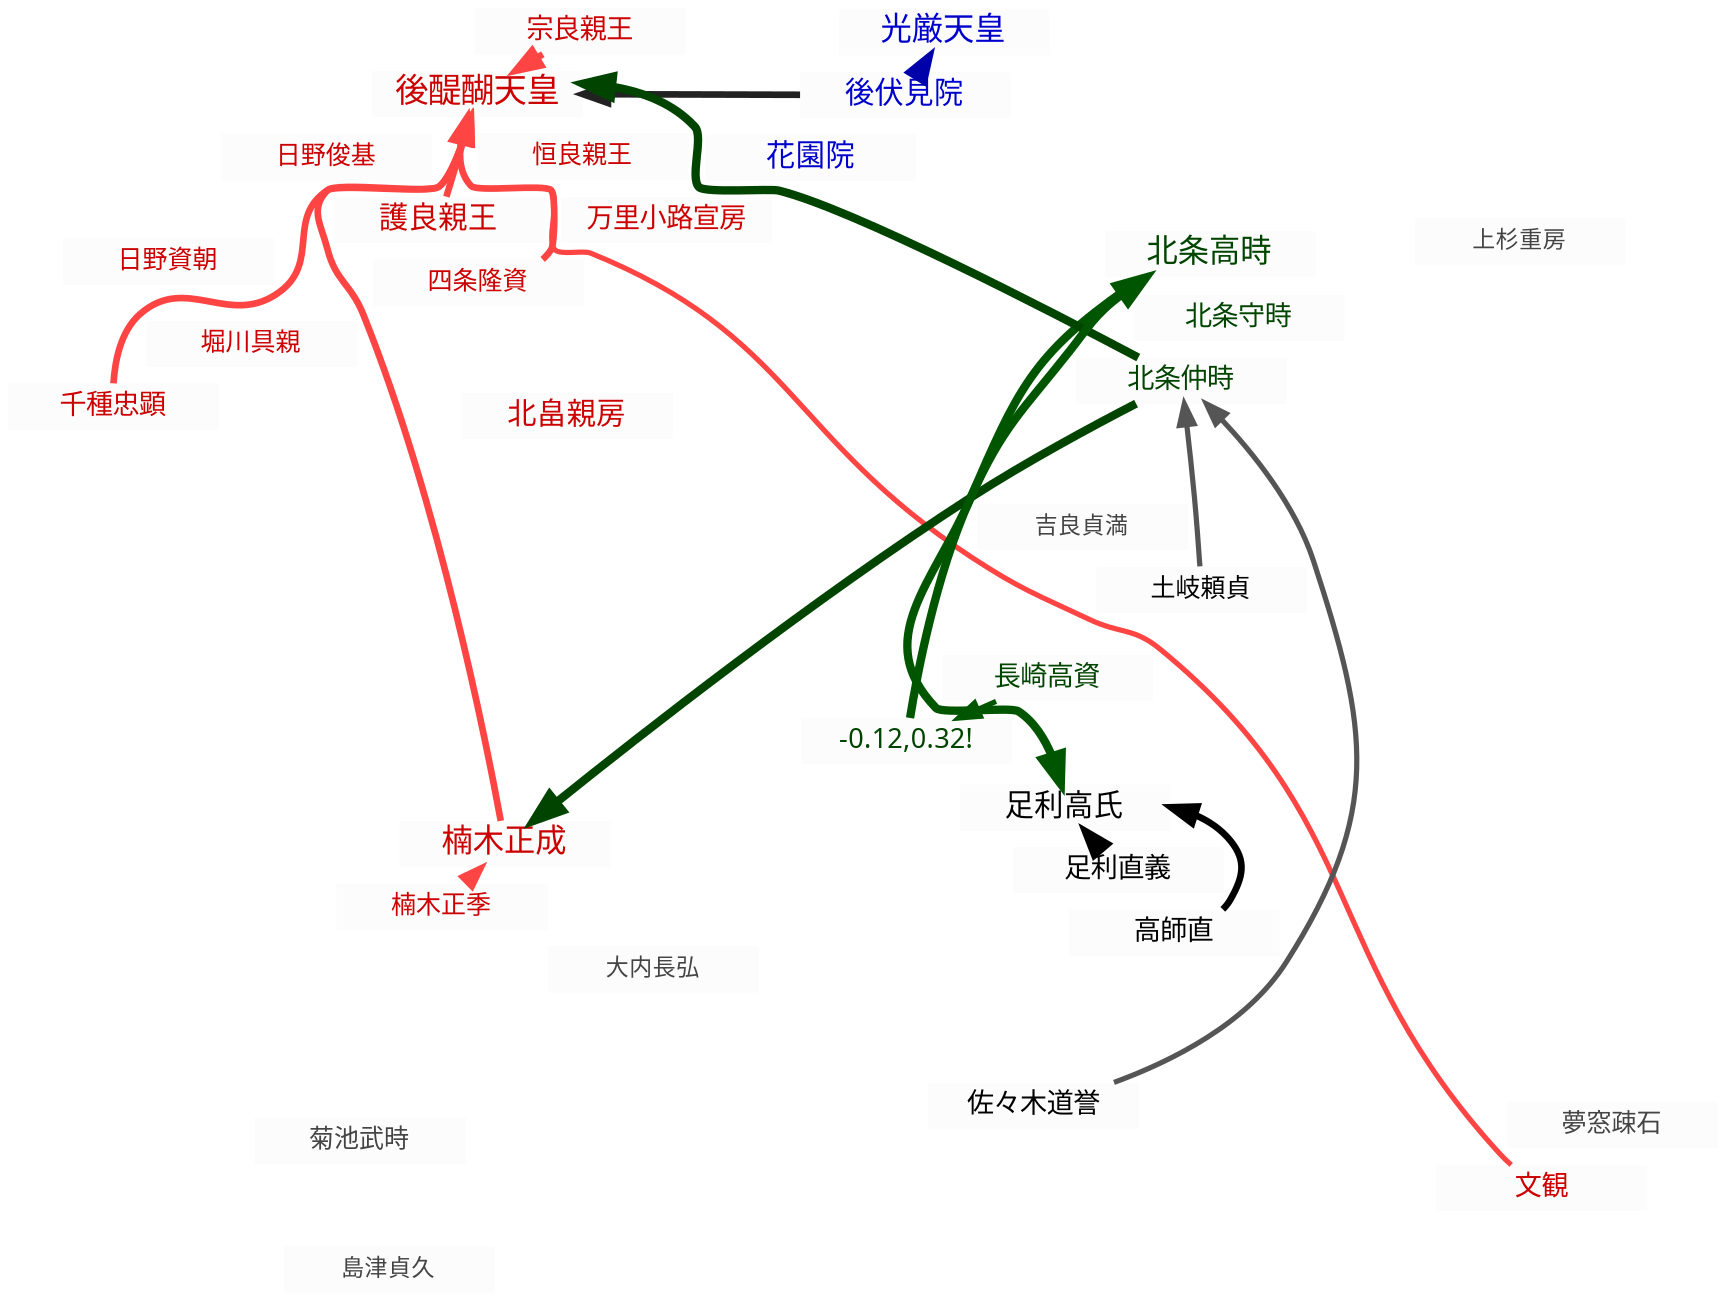
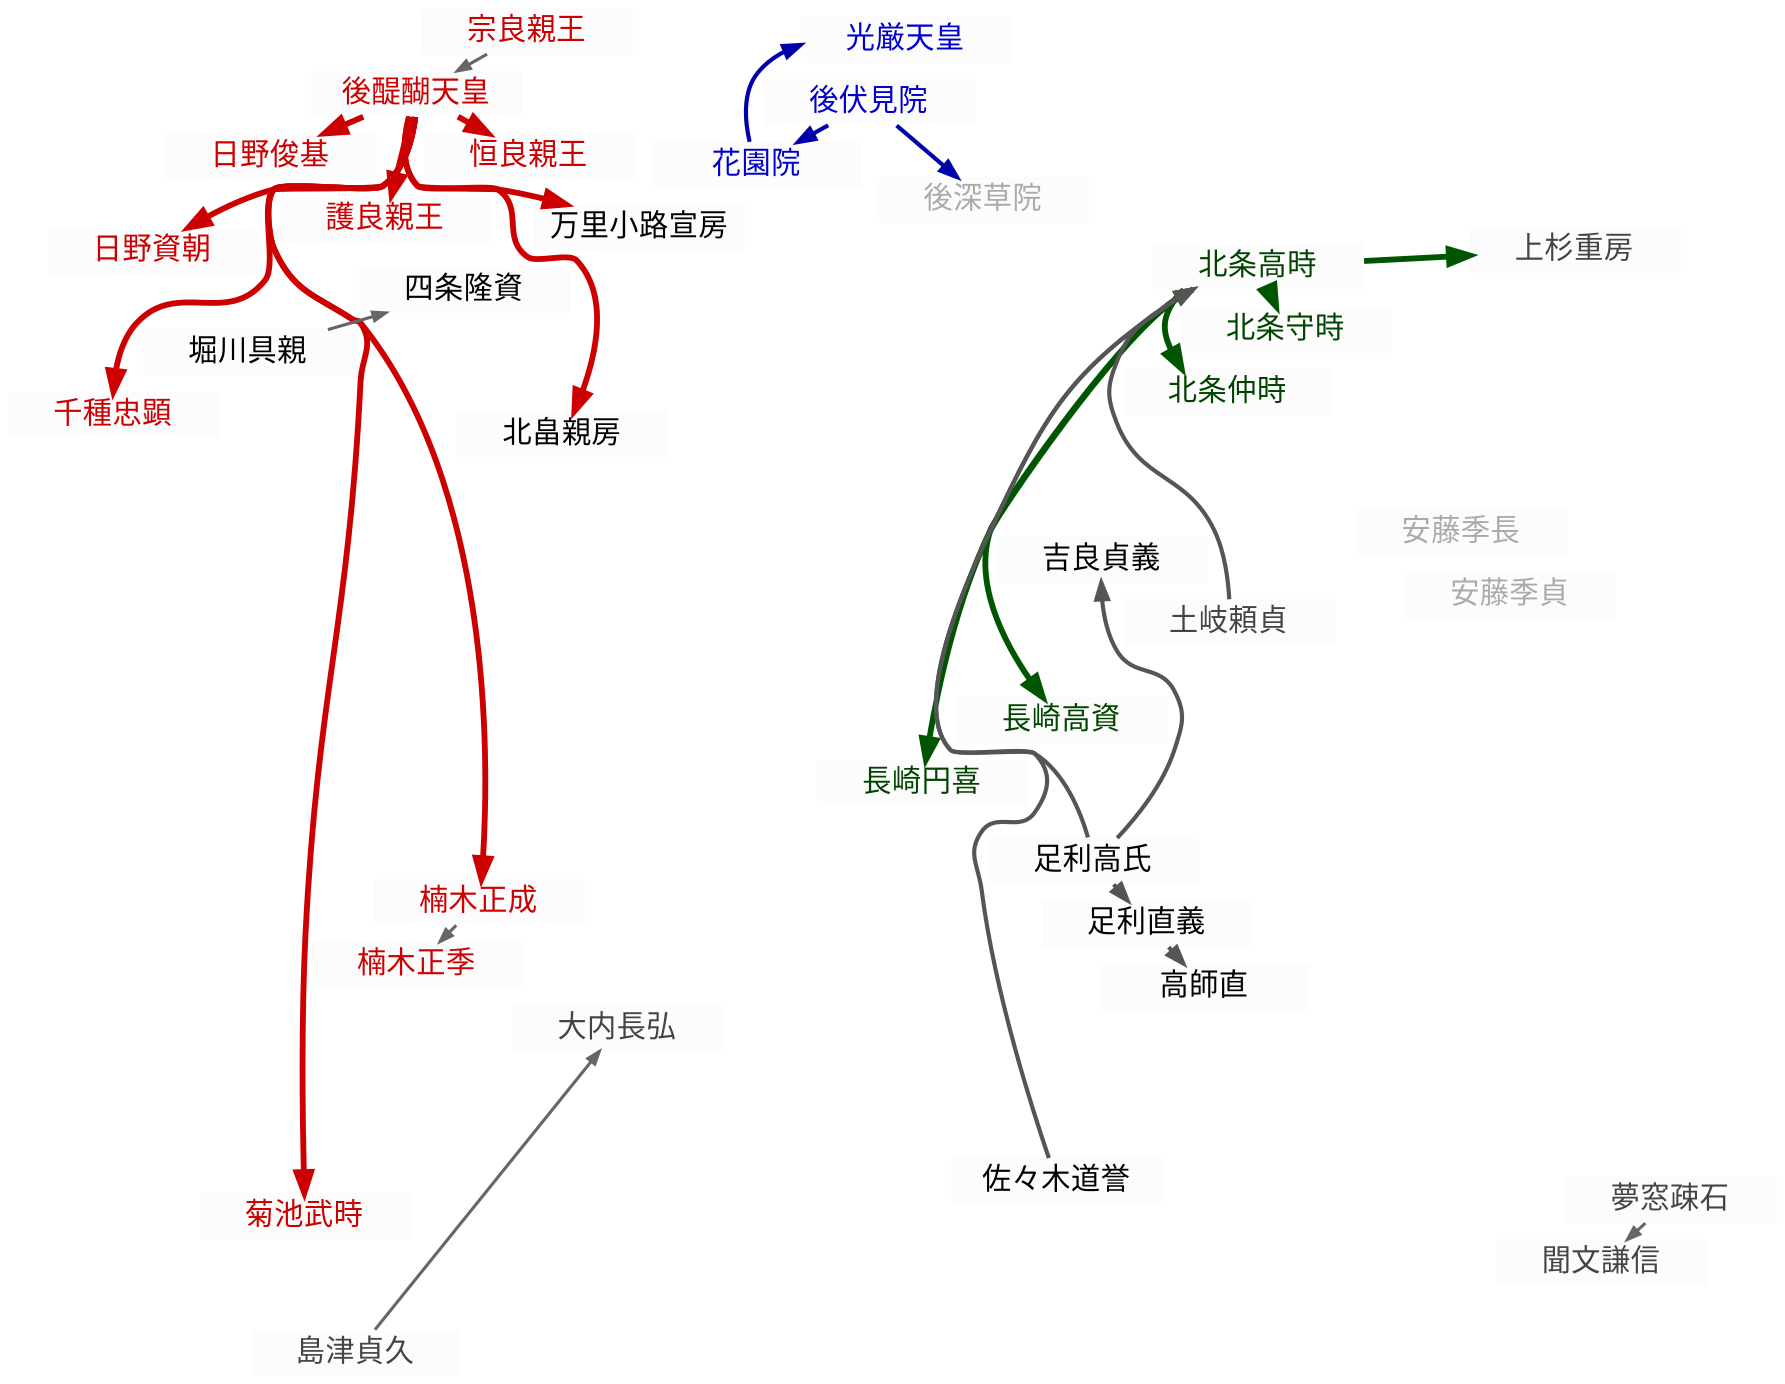
digraph timeline_1331_08 {
    # 1. 全体設定
    graph [
        charset = "UTF-8";
        layout = neato;
        overlap = false;
        sep = "+4";
        bgcolor = "#ffffff";
        splines = true;
    ];

    # 2. ノードデフォルト設定
    node [
        shape = box;
        style = "filled";
        fillcolor = "#fcfcfc";
        color = "#fcfcfc";
        penwidth = 0.1;
        fontname = "sans-serif";
        width = 1.4;
        height = 0.3;
        fixedsize = true;
    ];

    # 3. エッジデフォルト設定
    edge [
        dir = forward;
        arrowhead = normal;
        fontname = "sans-serif";
-         fontsize = 10;
    ];

-     # ==========================================
-     # 4. ノード定義 (CSVのX,Y座標をそのままposに反映)
-     # ==========================================
+     # 4. ノード定義
+     godaigo_tenno        [label="後醍醐天皇", pos="-4.82,6.44!", fontcolor="#cc0000", tooltip="大覚寺統。討幕を画策する。", URL="https://ja.wikipedia.org/wiki/後醍醐天皇", target="_blank"];
+     moriyoshi_shinnou    [label="護良親王", pos="-5.08,5.77!", fontcolor="#cc0000", tooltip="後醍醐天皇の皇子。討幕の挙兵。", URL="https://ja.wikipedia.org/wiki/護良親王", target="_blank"];
+     munenaga_shinnou     [label="宗良親王", pos="-4.21,6.89!", fontcolor="#cc0000", tooltip="後醍醐天皇の皇子。", URL="https://ja.wikipedia.org/wiki/宗良親王", target="_blank"];
+     tsuneyoshi_shinnou   [label="恒良親王", pos="-4.67,5.92!", fontcolor="#cc0000", tooltip="後醍醐天皇の皇子。", URL="https://ja.wikipedia.org/wiki/恒良親王", target="_blank"];
+     hino_suketomo        [label="日野資朝", pos="-5.88,5.62!", fontcolor="#cc0000", tooltip="討幕計画の主要人物。", URL="https://ja.wikipedia.org/wiki/日野資朝", target="_blank"];
+     hino_toshimoto       [label="日野俊基", pos="-5.41,5.94!", fontcolor="#cc0000", tooltip="討幕計画の主要人物。", URL="https://ja.wikipedia.org/wiki/日野俊基", target="_blank"];
+     madenokoji_nobufusa  [label="万里小路宣房", pos="-4.12,5.21!", fontcolor="#000000", tooltip="後醍醐の側近。", URL="https://ja.wikipedia.org/wiki/万里小路宣房", target="_blank"];
+     kitabatake_chikafusa [label="北畠親房", pos="-3.85,3.62!", fontcolor="#000000", tooltip="後醍醐の側近。公卿。", URL="https://ja.wikipedia.org/wiki/北畠親房", target="_blank"];
+     kusunoki_masashige   [label="楠木正成", pos="-4.85,-1.12!", fontcolor="#cc0000", tooltip="河内の土豪。討幕の挙兵。", URL="https://ja.wikipedia.org/wiki/楠木正成", target="_blank"];
+     kusunoki_masasue     [label="楠木正季", pos="-5.21,-1.48!", fontcolor="#cc0000", tooltip="正成の弟。挙兵に参加。", URL="https://ja.wikipedia.org/wiki/楠木正季", target="_blank"];
+     horikawa_tomochika   [label="堀川具親", pos="-5.15,4.85!", fontcolor="#000000", tooltip="公卿。", URL="https://ja.wikipedia.org/wiki/堀川具親", target="_blank"];
+     shijo_takadata       [label="四条隆資", pos="-4.72,4.98!", fontcolor="#000000", tooltip="公卿。", URL="https://ja.wikipedia.org/wiki/四条隆資", target="_blank"];
+     chigusa_tadaaki      [label="千種忠顕", pos="-5.65,4.62!", fontcolor="#cc0000", tooltip="後醍醐の側近。", URL="https://ja.wikipedia.org/wiki/千種忠顕", target="_blank"];
+     kikuchi_taketoki     [label="菊池武時", pos="-6.15,-3.82!", fontcolor="#cc0000", tooltip="九州の有力武士。討幕に呼応。", URL="https://ja.wikipedia.org/wiki/菊池武時", target="_blank"];

-     # --- 大覚寺統・討幕過激派 / 宮方 (fontcolor = "#cc0000") ---
-     godaigo_tenno        [label="後醍醐天皇", pos="-4.82,6.44!", fontcolor="#cc0000", fontsize=16, tooltip="大覚寺統の天皇。挙兵計画が漏洩し、急遽京都を脱出して笠置山へ拠る。", URL="https://ja.wikipedia.org/wiki/後醍醐天皇", target="_blank"];
-     moriyoshi_shinnou    [label="護良親王", pos="-5.08,5.77!", fontcolor="#cc0000", fontsize=14, tooltip="後醍醐天皇の皇子。天台座主から還俗し、挙兵して吉野山などでゲリラ戦を展開。", URL="https://ja.wikipedia.org/wiki/護良親王", target="_blank"];
-     munenaga_shinnou     [label="宗良親王", pos="-4.21,6.89!", fontcolor="#cc0000", fontsize=13, tooltip="後醍醐天皇の皇子。比叡山妙法院に入り、父の討幕運動を連動して支える。", URL="https://ja.wikipedia.org/wiki/宗良親王", target="_blank"];
-     tsuneyoshi_shinnou   [label="恒良親王", pos="-4.67,5.92!", fontcolor="#cc0000", fontsize=12, tooltip="後醍醐天皇の皇子。宮方の象徴として行動を共にする。", URL="https://ja.wikipedia.org/wiki/恒良親王", target="_blank"];
-     hino_suketomo        [label="日野資朝", pos="-5.88,5.62!", fontcolor="#cc0000", fontsize=12, tooltip="正中の変ののち佐渡に流刑中。遠国から討幕の行く末を注視。", URL="https://ja.wikipedia.org/wiki/日野資朝", target="_blank"];
-     hino_toshimoto       [label="日野俊基", pos="-5.41,5.94!", fontcolor="#cc0000", fontsize=12, tooltip="再度討幕を謀ったとして、すでに幕府に捕縛され鎌倉へ護送されている。", URL="https://ja.wikipedia.org/wiki/日野俊基", target="_blank"];
-     madenokoji_nobufusa  [label="万里小路宣房", pos="-4.12,5.21!", fontcolor="#cc0000", fontsize=13, tooltip="後醍醐天皇の側近。実務派公卿として緊迫する局面の朝政を支える。", URL="https://ja.wikipedia.org/wiki/万里小路宣房", target="_blank"];
-     kitabatake_chikafusa [label="北畠親房", pos="-3.85,3.62!", fontcolor="#cc0000", fontsize=14, tooltip="大覚寺統を支える重鎮。後醍醐天皇の思想・行動に深く共鳴。", URL="https://ja.wikipedia.org/wiki/北畠親房", target="_blank"];
-     kusunoki_masashige   [label="楠木正成", pos="-4.85,-1.12!", fontcolor="#cc0000", fontsize=15, tooltip="河内の新興武士。後醍醐天皇の召しに応じて赤坂城で挙兵、悪党戦術で幕府を翻弄。", URL="https://ja.wikipedia.org/wiki/楠木正成", target="_blank"];
-     kusunoki_masasue     [label="楠木正季", pos="-5.21,-1.48!", fontcolor="#cc0000", fontsize=12, tooltip="楠木正成の弟。兄とともに赤坂城に籠城し、宮方として奮戦。", URL="https://ja.wikipedia.org/wiki/楠木正季", target="_blank"];
-     horikawa_tomochika   [label="堀川具親", pos="-5.15,4.85!", fontcolor="#cc0000", fontsize=12, tooltip="宮方の公卿。後醍醐天皇の討幕運動に関与。", URL="https://ja.wikipedia.org/wiki/堀川具親", target="_blank"];
-     shijo_takadata       [label="四条隆資", pos="-4.72,4.98!", fontcolor="#cc0000", fontsize=12, tooltip="後醍醐天皇の側近。笠置山潜幸に同行し、徹底抗戦を主張。", URL="https://ja.wikipedia.org/wiki/四条隆資", target="_blank"];
-     chigusa_tadaaki      [label="千種忠顕", pos="-5.65,4.62!", fontcolor="#cc0000", fontsize=13, tooltip="後醍醐天皇の近臣。笠置山への同行、挙兵の実務などアクティブに活動。", URL="https://ja.wikipedia.org/wiki/千種忠顕", target="_blank"];
-     monbun_kenshin       [label="文観", pos="5.82,-4.42!", fontcolor="#cc0000", fontsize=13, tooltip="真言密教の怪僧。引き続き呪術・調伏の面から後醍醐の討幕を過激に支援。", URL="https://ja.wikipedia.org/wiki/文観", target="_blank"];
+     gofushimi_in         [label="後伏見院", pos="-2.81,6.14!", fontcolor="#0000cc", tooltip="持明院統。幕府の支持を受ける。", URL="https://ja.wikipedia.org/wiki/後伏見天皇", target="_blank"];
+     hanazono_in          [label="花園院", pos="-3.24,5.88!", fontcolor="#0000cc", tooltip="持明院統。", URL="https://ja.wikipedia.org/wiki/花園天皇", target="_blank"];
+     kogen_tenno          [label="光厳天皇", pos="-2.45,6.67!", fontcolor="#0000cc", tooltip="持明院統。", URL="https://ja.wikipedia.org/wiki/光厳天皇", target="_blank"];
+     gofukakusa_in        [label="後深草院", pos="-2.11,5.66!", fontcolor="#aaaaaa", tooltip="持明院統。", URL="https://ja.wikipedia.org/wiki/後深草天皇", target="_blank"];

-     # --- 持明院統 (fontcolor = "#0000cc") ---
-     gofushimi_in         [label="後伏見院", pos="-2.81,6.14!", fontcolor="#0000cc", fontsize=14, tooltip="持明院統の院。後醍醐の挙兵失脚に乗じて光厳天皇の即位を画策。", URL="https://ja.wikipedia.org/wiki/後伏見天皇", target="_blank"];
-     hanazono_in          [label="花園院", pos="-3.24,5.88!", fontcolor="#0000cc", fontsize=14, tooltip="持明院統の院。後醍醐の過激な行動を非難し、皇位の正統性を主張。", URL="https://ja.wikipedia.org/wiki/花園天皇", target="_blank"];
-     kogen_tenno          [label="光厳天皇", pos="-2.45,6.67!", fontcolor="#0000cc", fontsize=15, tooltip="持明院統の新たなる天皇。幕府の後押しを受けて神器なき即位へ。", URL="https://ja.wikipedia.org/wiki/光厳天皇", target="_blank"];
+     hojo_takatoki        [label="北条高時", pos="2.41,4.89!", fontcolor="#004400", tooltip="鎌倉幕府得宗。", URL="https://ja.wikipedia.org/wiki/北条高時", target="_blank"];
+     hojo_moritoki        [label="北条守時", pos="2.65,4.42!", fontcolor="#004400", tooltip="鎌倉幕府執権。", URL="https://ja.wikipedia.org/wiki/北条守時", target="_blank"];
+     hojo_nakatoki        [label="北条仲時", pos="2.15,3.88!", fontcolor="#004400", tooltip="六波羅探題北方。", URL="https://ja.wikipedia.org/wiki/北条仲時", target="_blank"];
+     nagasaki_takasuke    [label="長崎高資", pos="0.24,0.48!", fontcolor="#004400", tooltip="鎌倉幕府内管領。", URL="https://ja.wikipedia.org/wiki/長崎高資", target="_blank"];
+     nagasaki_enki        [label="長崎円喜", pos="-0.12,0.32!", fontcolor="#004400", tooltip="鎌倉幕府内管領。", URL="https://ja.wikipedia.org/wiki/長崎円喜", target="_blank"];
+     uesugi_shigefusa     [label="上杉重房", pos="5.42,5.12!", fontcolor="#444444", tooltip="有力御家人。", URL="https://ja.wikipedia.org/wiki/上杉重房", target="_blank"];

-     # --- 鎌倉幕府中枢・六波羅 (fontcolor = "#004400") ---
-     hojo_takatoki        [label="北条高時", pos="2.41,4.89!", fontcolor="#004400", fontsize=15, tooltip="鎌倉幕府第14代執権・得宗。元弘の変に際し、大規模な軍勢を京へ派遣。", URL="https://ja.wikipedia.org/wiki/北条高時", target="_blank"];
-     hojo_moritoki        [label="北条守時", pos="2.65,4.42!", fontcolor="#004400", fontsize=13, tooltip="第16代執権。赤橋流北条氏。緊迫する政局の舵取りに奔走。", URL="https://ja.wikipedia.org/wiki/北条守時", target="_blank"];
-     hojo_nakatoki        [label="北条仲時", pos="2.15,3.88!", fontcolor="#004400", fontsize=13, tooltip="六波羅探題北方。京都の治安維持と、笠置山に拠る後醍醐の追討を指揮。", URL="https://ja.wikipedia.org/wiki/北条仲時", target="_blank"];
-     nagasaki_enki        [label="-0.12,0.32!", pos="-0.12,0.32!", fontcolor="#004400", fontsize=13, tooltip="得宗家内管領の宿老。得宗高時を背後から操り、強硬な軍事弾圧を主導。", URL="https://ja.wikipedia.org/wiki/長崎円喜", target="_blank"];
-     nagasaki_takasuke    [label="長崎高資", pos="0.24,0.48!", fontcolor="#004400", fontsize=13, tooltip="内管領。円喜とともに、討幕派の徹底的な検挙と抹殺を推進。", URL="https://ja.wikipedia.org/wiki/長崎高資", target="_blank"];
+     ando_suehisa         [label="安藤季長", pos="4.52,2.41!", fontcolor="#aaaaaa", tooltip="安藤氏の乱で敗訴し、幕府から退場。", URL="https://ja.wikipedia.org/wiki/安藤氏_(鎌倉時代)", target="_blank"];
+     ando_suesada         [label="安藤季貞", pos="4.88,1.95!", fontcolor="#aaaaaa", tooltip="安藤氏の乱で敗訴し、幕府から退場。", URL="https://ja.wikipedia.org/wiki/安藤氏_(鎌倉時代)", target="_blank"];

-     # --- 幕府方武士・守護 (fontcolor = "#000000") ---
-     ashikaga_takauji     [label="足利高氏", pos="1.15,-0.85!", fontcolor="#000000", fontsize=14, tooltip="足利宗家当主。幕府の命により、本意ならずも宮方追討軍の大将として上洛。", URL="https://ja.wikipedia.org/wiki/足利尊氏", target="_blank"];
-     ashikaga_tadayoshi   [label="足利直義", pos="1.48,-1.24!", fontcolor="#000000", fontsize=13, tooltip="高氏の弟。兄と行動を共にし、足利一族の軍勢を率いて上洛。", URL="https://ja.wikipedia.org/wiki/足利直義", target="_blank"];
-     ko_no_moronao        [label="高師直", pos="1.82,-1.62!", fontcolor="#000000", fontsize=13, tooltip="足利家の執事。高氏の側近として軍事・実務を統率。", URL="https://ja.wikipedia.org/wiki/高師直", target="_blank"];
-     sasaki_doyo          [label="佐々木道誉", pos="0.68,-3.62!", fontcolor="#000000", fontsize=13, tooltip="近江守護家。幕府軍の一員として宮方制圧に参加しつつ、情勢を洞察。", URL="https://ja.wikipedia.org/wiki/佐々木道誉", target="_blank"];
-     toki_yorisada        [label="土岐頼貞", pos="2.12,1.65!", fontcolor="#000000", fontsize=12, tooltip="美濃守護。美濃の軍勢を率いて幕府方の追討軍に加わる。", URL="https://ja.wikipedia.org/wiki/土岐頼貞", target="_blank"];
+     ashikaga_takauji     [label="足利高氏", pos="1.15,-0.85!", fontcolor="#000000", tooltip="鎌倉幕府の有力御家人。", URL="https://ja.wikipedia.org/wiki/足利尊氏", target="_blank"];
+     ashikaga_tadayoshi   [label="足利直義", pos="1.48,-1.24!", fontcolor="#000000", tooltip="足利高氏の弟。", URL="https://ja.wikipedia.org/wiki/足利直義", target="_blank"];
+     ko_no_moronao        [label="高師直", pos="1.82,-1.62!", fontcolor="#000000", tooltip="足利氏の執事。", URL="https://ja.wikipedia.org/wiki/高師直", target="_blank"];
+     kira_sadamitsu       [label="吉良貞義", pos="1.12,2.15!", fontcolor="#000000", tooltip="足利一門の有力者。", URL="https://ja.wikipedia.org/wiki/吉良貞義", target="_blank"];
+     sasaki_doyo          [label="佐々木道誉", pos="0.68,-3.62!", fontcolor="#000000", tooltip="幕府の有力御家人。", URL="https://ja.wikipedia.org/wiki/佐々木道誉", target="_blank"];
+     toki_yorisada        [label="土岐頼貞", pos="2.12,1.65!", fontcolor="#444444", tooltip="有力武士。", URL="https://ja.wikipedia.org/wiki/土岐頼貞", target="_blank"];
+     shimazu_sadahisa     [label="島津貞久", pos="-5.72,-5.12!", fontcolor="#444444", tooltip="有力武士。", URL="https://ja.wikipedia.org/wiki/島津貞久", target="_blank"];
+     ouchi_nagahiro       [label="大内長弘", pos="-3.45,-2.12!", fontcolor="#444444", tooltip="有力武士。", URL="https://ja.wikipedia.org/wiki/大内長弘", target="_blank"];
+     muso_soseki          [label="夢窓疎石", pos="6.45,-3.85!", fontcolor="#444444", tooltip="禅僧。", URL="https://ja.wikipedia.org/wiki/夢窓疎石", target="_blank"];
+     monbun_kenshin       [label="聞文謙信", pos="5.82,-4.42!", fontcolor="#444444", tooltip="僧侶。", URL="https://ja.wikipedia.org/wiki/聞文謙信", target="_blank"];

-     # --- 諸国武士・宗教勢力・その他 (fontcolor = "#444444") ---
-     kikuchi_taketoki     [label="菊池武時", pos="-6.15,-3.82!", fontcolor="#444444", fontsize=12, tooltip="肥後の有力武士。鎮西探題の監視下にありつつも、心中では宮方に共鳴。", URL="https://ja.wikipedia.org/wiki/菊池武時", target="_blank"];
-     kira_sadamitsu       [label="吉良貞満", pos="1.12,2.15!", fontcolor="#444444", fontsize=11, tooltip="足利一門の有力武士。東国における足利の影響力を支える。", URL="https://ja.wikipedia.org/wiki/吉良貞満", target="_blank"];
-     shimazu_sadahisa     [label="島津貞久", pos="-5.72,-5.12!", fontcolor="#444444", fontsize=11, tooltip="薩摩守護。九州における幕府足場を固めつつ、中央の政情を注視。", URL="https://ja.wikipedia.org/wiki/島津貞久", target="_blank"];
-     ouchi_nagahiro       [label="大内長弘", pos="-3.45,-2.12!", fontcolor="#444444", fontsize=11, tooltip="周防の有力武士。西国における軍事的動向を窺う。", URL="https://ja.wikipedia.org/wiki/大内長弘", target="_blank"];
-     muso_soseki          [label="夢窓疎石", pos="6.45,-3.85!", fontcolor="#444444", fontsize=12, tooltip="天下の衆望を集める禅僧。政治的激動から一定の距離を保ちつつ法を説く。", URL="https://ja.wikipedia.org/wiki/夢窓疎石", target="_blank"];
-     uesugi_shigefusa     [label="上杉重房", pos="5.42,5.12!", fontcolor="#444444", fontsize=11, tooltip="足利氏の姻戚・宿老として鎌倉の足利基盤を維持。", URL="https://ja.wikipedia.org/wiki/上杉重房", target="_blank"];
+     # 5. エッジ定義
+     edge [penwidth=2.8, arrowsize=1.0, color="#cc0000"];
+     godaigo_tenno -> moriyoshi_shinnou [tooltip="討幕の挙兵。"];
+     godaigo_tenno -> tsuneyoshi_shinnou [tooltip="討幕の挙兵。"];
+     godaigo_tenno -> kusunoki_masashige [tooltip="討幕の挙兵。"];
+     godaigo_tenno -> hino_suketomo [tooltip="討幕計画の指令。"];
+     godaigo_tenno -> hino_toshimoto [tooltip="討幕計画の指令。"];
+     godaigo_tenno -> madenokoji_nobufusa [tooltip="後醍醐の側近。"];
+     godaigo_tenno -> kitabatake_chikafusa [tooltip="後醍醐の側近。"];
+     godaigo_tenno -> chigusa_tadaaki [tooltip="後醍醐の側近。"];
+     godaigo_tenno -> kikuchi_taketoki [tooltip="討幕の挙兵。"];

-     # ==========================================
-     # 5. エッジ定義 (元弘の変・緊迫の相関図)
-     # ==========================================
+     edge [color="#005500"];
+     hojo_takatoki -> hojo_moritoki [tooltip="幕府の支配体制。"];
+     hojo_takatoki -> hojo_nakatoki [tooltip="幕府の支配体制。"];
+     hojo_takatoki -> nagasaki_takasuke [tooltip="幕府の支配体制。"];
+     hojo_takatoki -> nagasaki_enki [tooltip="幕府の支配体制。"];
+     hojo_takatoki -> uesugi_shigefusa [tooltip="鎌倉幕府の有力御家人。"];

-     # 【重要度：太】軍事侵攻・激しい弾圧・直接の下命
-     nagasaki_enki -> hojo_takatoki [penwidth=4.0, arrowsize=1.4, color="#005500", tooltip="内管領として得宗高時を主導し、反乱軍の徹底全滅を指示（幕政主導）"];
-     hojo_takatoki -> ashikaga_takauji [penwidth=4.0, arrowsize=1.4, color="#005500", tooltip="執権・得宗の命として、足利宗家に大規模な宮方追討軍の軍大将を命じる（追討軍下命）"];
-     hojo_nakatoki -> godaigo_tenno [penwidth=4.0, arrowsize=1.4, color="#004400", tooltip="六波羅探題軍を率いて、後醍醐天皇が立て籠もる笠置山を包囲・猛攻（笠置山蜂起追討）"];
-     hojo_nakatoki -> kusunoki_masashige [penwidth=4.0, arrowsize=1.4, color="#004400", tooltip="大和・河内守護勢を動員し、赤坂城で挙兵した楠木軍の討伐を開始（赤坂城攻防）"];
+     edge [penwidth=2.0, arrowsize=0.8, color="#555555"];
+     ashikaga_takauji -> hojo_takatoki [tooltip="将軍への忠誠。"];
+     ashikaga_takauji -> ashikaga_tadayoshi [tooltip="一門の連携。"];
+     ashikaga_tadayoshi -> ko_no_moronao [tooltip="足利氏の執事。"];
+     ashikaga_takauji -> kira_sadamitsu [tooltip="足利一門の連携。"];
+     sasaki_doyo -> hojo_takatoki [tooltip="幕府御家人としての関係。"];
+     toki_yorisada -> hojo_takatoki [tooltip="有力武士。"];

-     # 【重要度：中】挙兵の連動、強固な同心、皇位対立
-     moriyoshi_shinnou -> godaigo_tenno [penwidth=3.2, arrowsize=1.2, color="#ff4444", tooltip="父の危機に連動して還俗。令旨を発して吉野山などで強力なゲリラ戦を開始（親子共闘・挙兵）"];
-     munenaga_shinnou -> godaigo_tenno [penwidth=3.2, arrowsize=1.2, color="#ff4444", tooltip="比叡山の勢力を宮方に引き込むべく、父と緊密に連携（宗教勢力工作）"];
-     chigusa_tadaaki -> godaigo_tenno [penwidth=3.2, arrowsize=1.2, color="#ff4444", tooltip="近臣として笠置山潜幸に同行。軍事指揮や連絡調整に奔走（側近・近侍）"];
-     shijo_takadata -> godaigo_tenno [penwidth=3.2, arrowsize=1.2, color="#ff4444", tooltip="公卿でありながら笠置山に同行し、側近として徹底抗戦を支える（側近・籠城）"];
-     kusunoki_masashige -> godaigo_tenno [penwidth=3.2, arrowsize=1.2, color="#ff4444", tooltip="後醍醐天皇の密勅に応じ、河内赤坂城で挙兵。卓越した戦術で幕府軍を惹きつける（綸旨拝受・挙兵）"];
-     gofushimi_in -> kogen_tenno [penwidth=3.2, arrowsize=1.2, color="#0000aa", tooltip="後醍醐の廃位と、持明院統の光厳天皇への皇位継承を強力に後押し（院政・正統性確保）"];
-     gofushimi_in -> godaigo_tenno [penwidth=3.2, arrowsize=1.2, color="#222222", tooltip="討幕挙兵を「謀反」と断じ、大覚寺統過激派の息の根を止めるべく激しく敵対（王朝分裂・宿敵）"];
-     ashikaga_tadayoshi -> ashikaga_takauji [penwidth=3.2, arrowsize=1.2, color="#000000", tooltip="兄の出陣に従い、足利軍の主力としてともに上洛（兄弟共闘）"];
-     ko_no_moronao -> ashikaga_takauji [penwidth=3.2, arrowsize=1.2, color="#000000", tooltip="執事として足利軍の軍政と実務を取り仕切り、高氏を絶対的に補佐（主従・軍事中枢）"];
+     edge [color="#0000aa"];
+     gofushimi_in -> hanazono_in [tooltip="持明院統の連携。"];
+     hanazono_in -> kogen_tenno [tooltip="持明院統の即位。"];
+     gofushimi_in -> gofukakusa_in [tooltip="持明院統の先祖。"];

-     # 【重要度：細】内管領の共同歩調、身内の支援、外様武士の動向
-     nagasaki_takasuke -> nagasaki_enki [penwidth=2.5, arrowsize=1.0, color="#005500", tooltip="父子で連携し、北条得宗家を実質的に専制（独裁幕政）"];
-     kusunoki_masasue -> kusunoki_masashige [penwidth=2.5, arrowsize=1.0, color="#ff4444", tooltip="兄に全面的に同意し、一族の命運を賭けて赤坂城の籠城戦を戦う（一族共闘）"];
-     toki_yorisada -> hojo_nakatoki [penwidth=2.5, arrowsize=1.0, color="#555555", tooltip="美濃守護として六波羅探題の軍勢に合流、宮方追討の先鋒を担う（軍事的参集）"];
-     sasaki_doyo -> hojo_nakatoki [penwidth=2.5, arrowsize=1.0, color="#555555", tooltip="幕府側の御家人として追討軍に加わるが、戦況の推移を冷徹に値踏み（追討参戦）"];
-     monbun_kenshin -> godaigo_tenno [penwidth=2.5, arrowsize=1.0, color="#ff4444", tooltip="笠置山での勝利を信じ、異形の密教呪術を用いて幕府調伏の祈祷を継続（呪術支援）"];
+     edge [penwidth=1.5, arrowsize=0.6, color="#666666"];
+     kusunoki_masashige -> kusunoki_masasue [tooltip="兄弟の協力。"];
+     munenaga_shinnou -> godaigo_tenno [tooltip="皇子としての連帯。"];
+     horikawa_tomochika -> shijo_takadata [tooltip="宮中の公卿。"];
+     muso_soseki -> monbun_kenshin [tooltip="禅僧と僧侶。"];
+     shimazu_sadahisa -> ouchi_nagahiro [tooltip="諸国の有力武士。"];
}